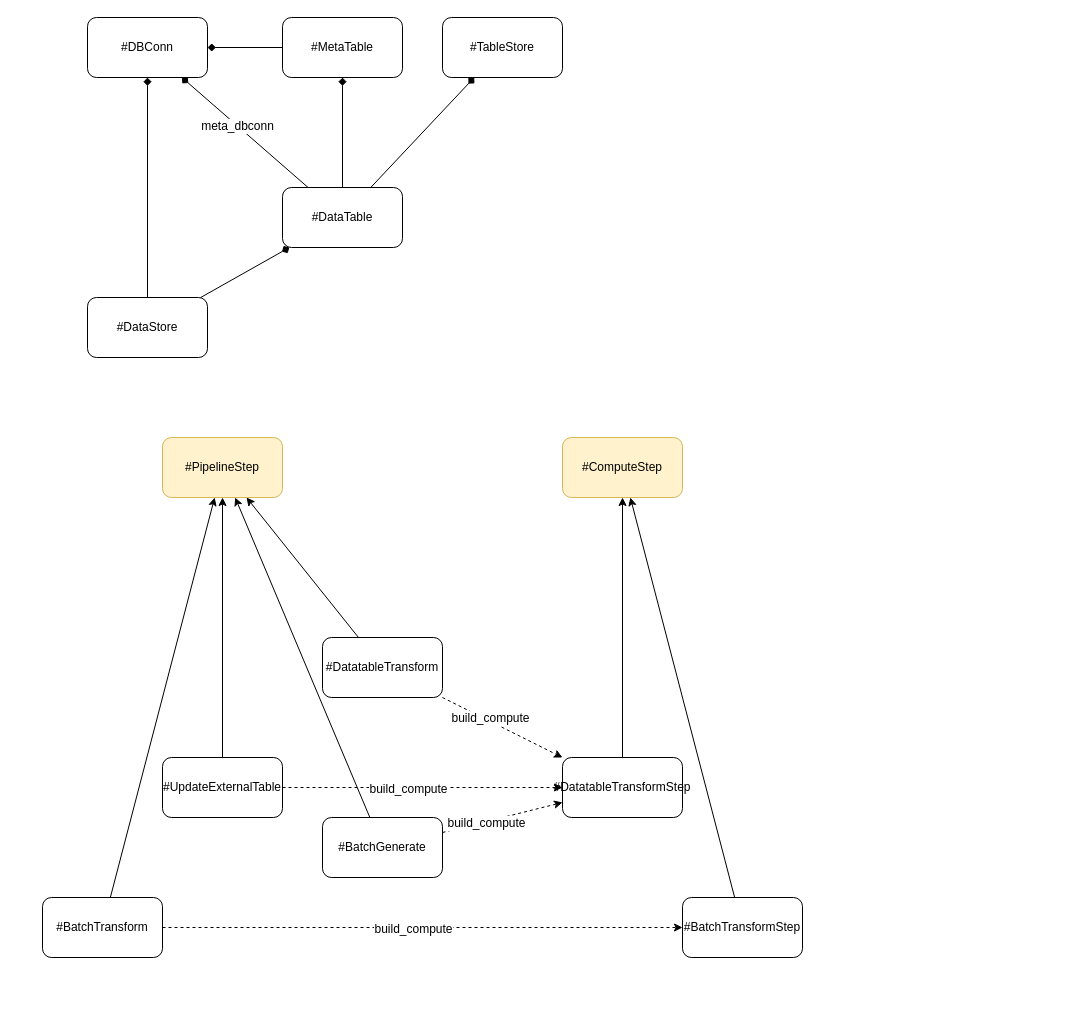
The draw.io diagram page "Page-2" (1 of 2) of docs/source/architecture.drawio in epoch8/datapipe, before the edit. Source tidied: cells renumbered, new cells numbered last; positions are measured from the earlier drawing's top-left corner, leaving out a move shared by most shapes. Both pictures are drawn from the tidied source at 100%, with x=0, y=0 at pixel (42, 17).
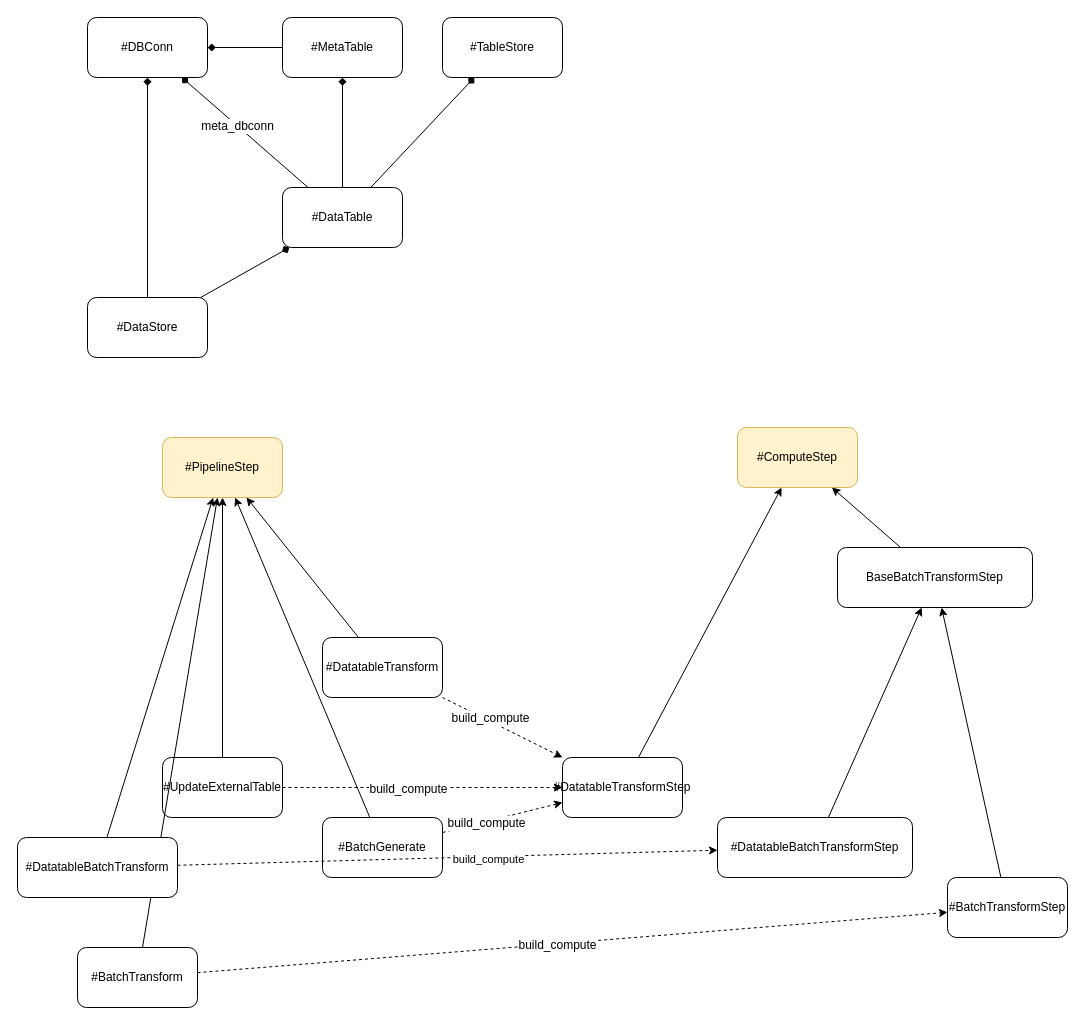
The same diagram, later.

The change refers to these unchanged cells:
```xml
<mxCell id="2" value="&lt;div style=&quot;font-size: 12px; line-height: 19px;&quot;&gt;&lt;div style=&quot;line-height: 19px; font-size: 12px;&quot;&gt;&lt;span style=&quot;font-size: 12px;&quot;&gt;#PipelineStep&lt;/span&gt;&lt;/div&gt;&lt;/div&gt;" style="rounded=1;whiteSpace=wrap;html=1;labelBackgroundColor=none;fillColor=#fff2cc;strokeColor=#d6b656;fontColor=default;fontFamily=Helvetica;fontSize=12;" parent="1" vertex="1">
  <mxGeometry x="120" y="420" width="120" height="60" as="geometry" />
</mxCell>
```

Diff of the diagram source:
```diff
@@
     <mxCell id="11" value="#ComputeStep" style="rounded=1;whiteSpace=wrap;html=1;labelBackgroundColor=none;fillColor=#fff2cc;strokeColor=#d6b656;" parent="1" vertex="1">
-      <mxGeometry x="520" y="420" width="120" height="60" as="geometry" />
+      <mxGeometry x="695" y="410" width="120" height="60" as="geometry" />
     </mxCell>
@@
     <mxCell id="17" value="#BatchTransform" style="rounded=1;whiteSpace=wrap;html=1;labelBackgroundColor=none;fontColor=default;" parent="1" vertex="1">
-      <mxGeometry y="880" width="120" height="60" as="geometry" />
+      <mxGeometry x="35" y="930" width="120" height="60" as="geometry" />
     </mxCell>
-    <mxCell id="18" style="edgeStyle=none;html=1;fontColor=default;" parent="1" edge="1" source="19" target="11">
+    <mxCell id="18" style="edgeStyle=none;html=1;fontColor=default;" parent="1" edge="1" source="39" target="11">
       <mxGeometry relative="1" as="geometry" />
     </mxCell>
+    <mxCell id="36" style="edgeStyle=none;html=1;" parent="1" edge="1" source="19" target="39">
+      <mxGeometry relative="1" as="geometry" />
+    </mxCell>
     <mxCell id="19" value="#BatchTransformStep" style="rounded=1;whiteSpace=wrap;html=1;labelBackgroundColor=none;fontColor=default;" parent="1" vertex="1">
-      <mxGeometry x="640" y="880" width="120" height="60" as="geometry" />
+      <mxGeometry x="905" y="860" width="120" height="60" as="geometry" />
     </mxCell>
@@
+    <mxCell id="37" style="edgeStyle=none;html=1;" parent="1" edge="1" source="38" target="39">
+      <mxGeometry relative="1" as="geometry" />
+    </mxCell>
+    <mxCell id="38" value="#DatatableBatchTransformStep" style="rounded=1;whiteSpace=wrap;html=1;labelBackgroundColor=none;fontColor=default;" parent="1" vertex="1">
+      <mxGeometry x="675" y="800" width="195" height="60" as="geometry" />
+    </mxCell>
+    <mxCell id="39" value="BaseBatchTransformStep" style="rounded=1;whiteSpace=wrap;html=1;labelBackgroundColor=none;fontColor=default;" parent="1" vertex="1">
+      <mxGeometry x="795" y="530" width="195" height="60" as="geometry" />
+    </mxCell>
+    <mxCell id="40" style="edgeStyle=none;html=1;dashed=1;" parent="1" edge="1" source="43" target="38">
+      <mxGeometry relative="1" as="geometry" />
+    </mxCell>
+    <mxCell id="41" value="build_compute" style="edgeLabel;html=1;align=center;verticalAlign=middle;" parent="40" vertex="1">
+      <mxGeometry x="0.15" y="-2" relative="1" as="geometry" />
+    </mxCell>
+    <mxCell id="42" style="edgeStyle=none;html=1;" parent="1" edge="1" source="43" target="2">
+      <mxGeometry relative="1" as="geometry" />
+    </mxCell>
+    <mxCell id="43" value="#DatatableBatchTransform" style="rounded=1;whiteSpace=wrap;html=1;labelBackgroundColor=none;fontColor=default;" parent="1" vertex="1">
+      <mxGeometry x="-25" y="820" width="160" height="60" as="geometry" />
+    </mxCell>
```
